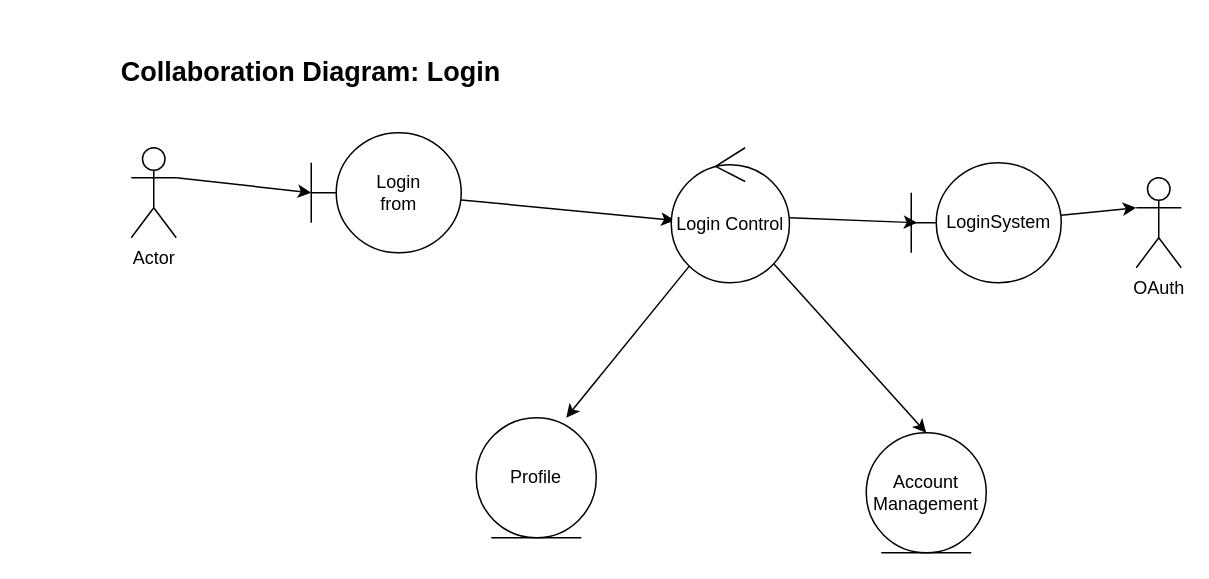
This is page "Login" (2 of 10) of Collaboration Diagram.drawio from astrrr/Right-posture, a draw.io file, before an edit. Source tidied: cells renumbered, new cells numbered last; positions are measured from the earlier drawing's top-left corner, leaving out a move shared by most shapes. Both pictures are drawn from the tidied source at 150%, with x=0, y=0 at pixel (70, 57).
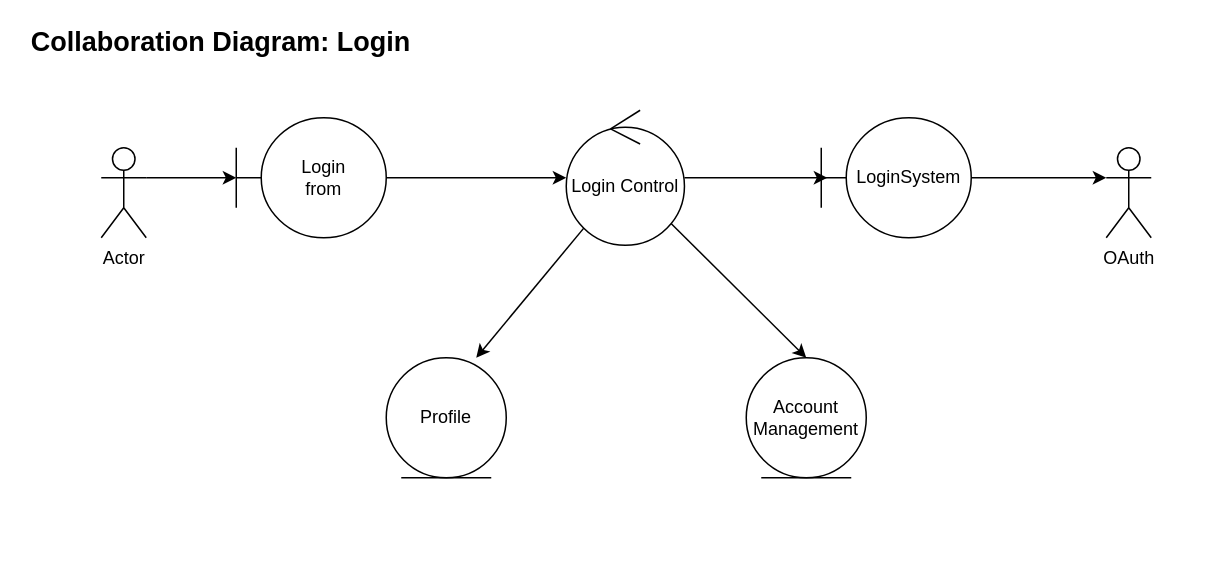
The same diagram, later.

Diff of the diagram source:
```diff
@@
 <mxGraphModel>
   <root>
     <mxCell id="0" />
     <mxCell id="1" parent="0" />
     <mxCell id="2" style="edgeStyle=none;rounded=0;jettySize=auto;html=1;exitX=1;exitY=0.3333333333333333;exitDx=0;exitDy=0;exitPerimeter=0;entryX=0;entryY=0.5;entryDx=0;entryDy=0;entryPerimeter=0;" parent="1" edge="1" source="3" target="5">
       <mxGeometry relative="1" as="geometry" />
     </mxCell>
     <mxCell id="3" value="Actor" style="shape=umlActor;verticalLabelPosition=bottom;verticalAlign=top;html=1;" parent="1" vertex="1">
-      <mxGeometry x="40" y="60" width="30" height="60" as="geometry" />
+      <mxGeometry x="20" y="60" width="30" height="60" as="geometry" />
     </mxCell>
-    <mxCell id="4" style="edgeStyle=none;rounded=0;jettySize=auto;html=1;entryX=0.029;entryY=0.538;entryDx=0;entryDy=0;entryPerimeter=0;" parent="1" edge="1" source="5" target="9">
-      <mxGeometry relative="1" as="geometry" />
+    <mxCell id="4" style="edgeStyle=none;rounded=0;jettySize=auto;html=1;" parent="1" edge="1" source="5">
+      <mxGeometry relative="1" as="geometry">
+        <mxPoint x="330" y="80" as="targetPoint" />
+      </mxGeometry>
     </mxCell>
     <mxCell id="5" value="Login&lt;br&gt;from" style="shape=umlBoundary;whiteSpace=wrap;html=1;" parent="1" vertex="1">
-      <mxGeometry x="160" y="50" width="100" height="80" as="geometry" />
+      <mxGeometry x="110" y="40" width="100" height="80" as="geometry" />
     </mxCell>
     <mxCell id="6" style="edgeStyle=none;rounded=0;jettySize=auto;html=1;entryX=0.75;entryY=0;entryDx=0;entryDy=0;entryPerimeter=0;" parent="1" edge="1" source="9" target="10">
       <mxGeometry relative="1" as="geometry" />
     </mxCell>
     <mxCell id="7" style="edgeStyle=none;rounded=0;jettySize=auto;html=1;entryX=0.5;entryY=0;entryDx=0;entryDy=0;" parent="1" edge="1" source="9" target="12">
       <mxGeometry relative="1" as="geometry" />
     </mxCell>
     <mxCell id="8" style="rounded=0;jettySize=auto;html=1;entryX=0.04;entryY=0.5;entryDx=0;entryDy=0;entryPerimeter=0;" parent="1" edge="1" source="9" target="14">
       <mxGeometry relative="1" as="geometry" />
     </mxCell>
     <mxCell id="9" value="Login Control" style="ellipse;shape=umlControl;whiteSpace=wrap;html=1;" parent="1" vertex="1">
-      <mxGeometry x="400" y="60" width="78.8" height="90" as="geometry" />
+      <mxGeometry x="330" y="35" width="78.8" height="90" as="geometry" />
     </mxCell>
     <mxCell id="10" value="Profile" style="ellipse;shape=umlEntity;whiteSpace=wrap;html=1;" parent="1" vertex="1">
-      <mxGeometry x="270" y="240" width="80" height="80" as="geometry" />
+      <mxGeometry x="210" y="200" width="80" height="80" as="geometry" />
     </mxCell>
     <mxCell id="11" value="&lt;b&gt;&lt;font style=&quot;font-size: 18px&quot;&gt;Collaboration Diagram: Login&lt;/font&gt;&lt;/b&gt;" style="text;html=1;strokeColor=none;fillColor=none;align=center;verticalAlign=middle;whiteSpace=wrap;rounded=0;" parent="1" vertex="1">
-      <mxGeometry width="320" height="20" as="geometry" />
+      <mxGeometry x="-30" y="-20" width="260" height="20" as="geometry" />
     </mxCell>
     <mxCell id="12" value="Account Management" style="ellipse;shape=umlEntity;whiteSpace=wrap;html=1;" parent="1" vertex="1">
-      <mxGeometry x="530" y="250" width="80" height="80" as="geometry" />
+      <mxGeometry x="450" y="200" width="80" height="80" as="geometry" />
     </mxCell>
     <mxCell id="13" style="edgeStyle=none;rounded=0;jettySize=auto;html=1;entryX=0;entryY=0.3333333333333333;entryDx=0;entryDy=0;entryPerimeter=0;" parent="1" edge="1" source="14" target="15">
       <mxGeometry relative="1" as="geometry" />
     </mxCell>
     <mxCell id="14" value="LoginSystem" style="shape=umlBoundary;whiteSpace=wrap;html=1;" parent="1" vertex="1">
-      <mxGeometry x="560" y="70" width="100" height="80" as="geometry" />
+      <mxGeometry x="500" y="40" width="100" height="80" as="geometry" />
     </mxCell>
     <mxCell id="15" value="OAuth" style="shape=umlActor;verticalLabelPosition=bottom;verticalAlign=top;html=1;" parent="1" vertex="1">
-      <mxGeometry x="710" y="80" width="30" height="60" as="geometry" />
+      <mxGeometry x="690" y="60" width="30" height="60" as="geometry" />
     </mxCell>
   </root>
 </mxGraphModel>
```
